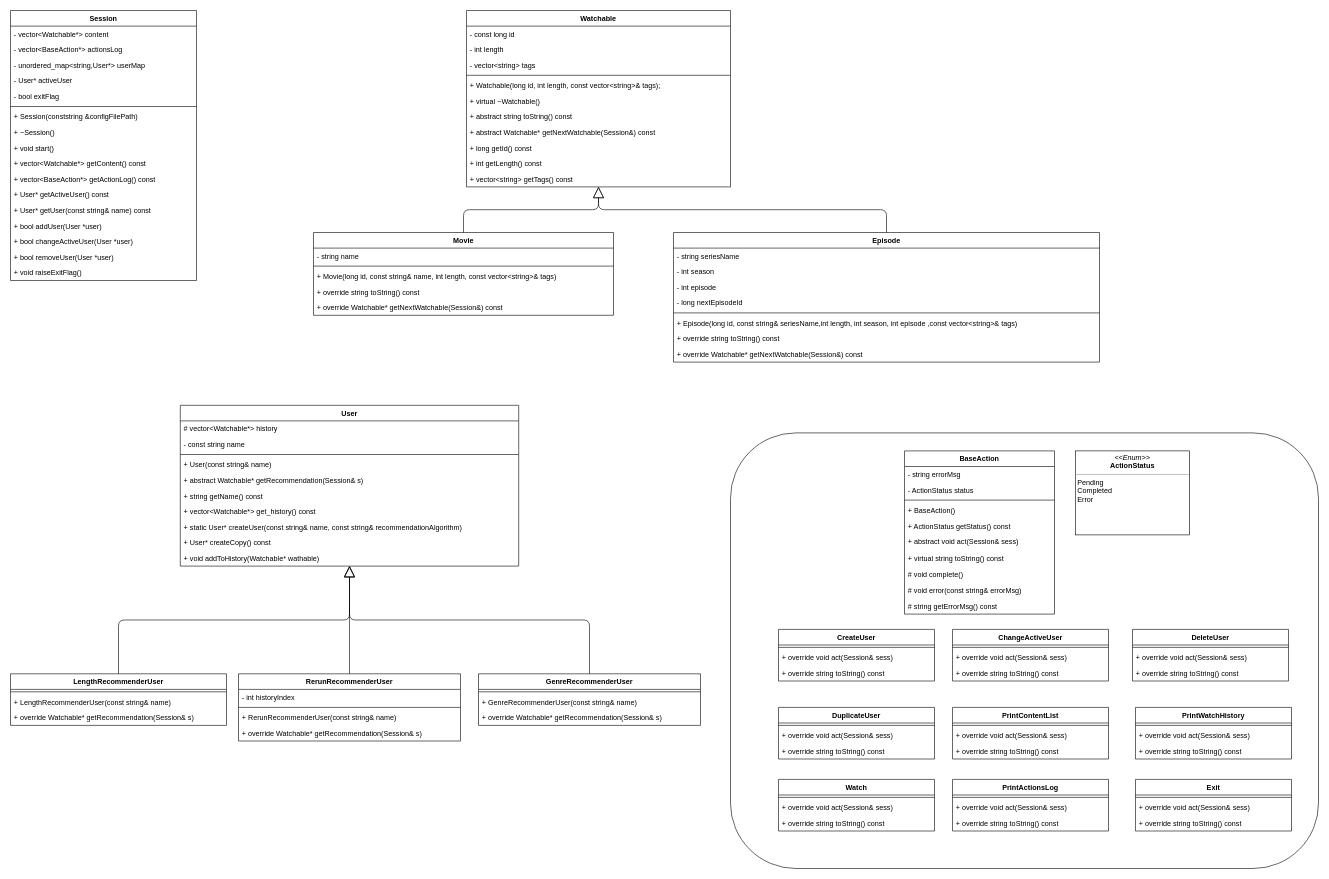
Above: uml.drawio in boaz23/SPL-Assignment1 (draw.io), before the change. Source tidied: cells renumbered, new cells numbered last; positions are measured from the earlier drawing's top-left corner, leaving out a move shared by most shapes. Both pictures are drawn from the tidied source at 60%, with x=0, y=0 at pixel (10, 10).
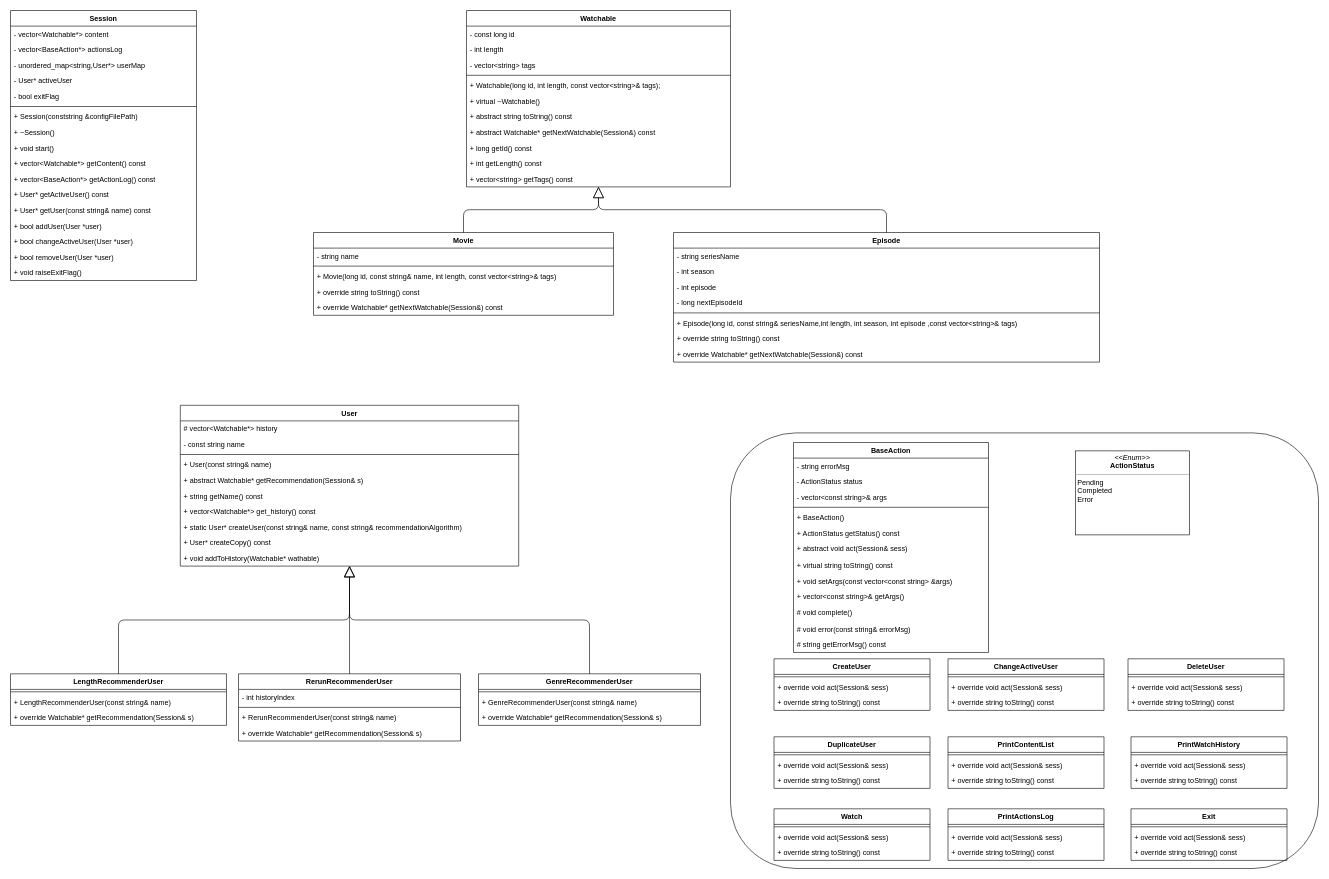
The same page after the edit.

Commit message (it also covers changes not shown here):
updated inteface of actions

What changed in the source:
```diff
@@
     <mxCell id="77" value="BaseAction" style="swimlane;fontStyle=1;align=center;verticalAlign=top;horizontal=1;startSize=26;" parent="1" vertex="1">
-      <mxGeometry x="1490" y="734" width="250" height="272" as="geometry" />
+      <mxGeometry x="1305" y="720" width="325" height="350" as="geometry" />
     </mxCell>
     <mxCell id="78" value="- string errorMsg" style="text;strokeColor=none;fillColor=none;align=left;verticalAlign=top;spacingLeft=4;spacingRight=4;overflow=hidden;" parent="77" vertex="1">
-      <mxGeometry y="26" width="250" height="26" as="geometry" />
+      <mxGeometry y="26" width="325" height="26" as="geometry" />
     </mxCell>
+    <mxCell id="125" value="- ActionStatus status" style="text;strokeColor=none;fillColor=none;align=left;verticalAlign=top;spacingLeft=4;spacingRight=4;overflow=hidden;" parent="77" vertex="1">
+      <mxGeometry y="52" width="325" height="26" as="geometry" />
+    </mxCell>
-    <mxCell id="79" value="- ActionStatus status" style="text;strokeColor=none;fillColor=none;align=left;verticalAlign=top;spacingLeft=4;spacingRight=4;overflow=hidden;" parent="77" vertex="1">
-      <mxGeometry y="52" width="250" height="26" as="geometry" />
+    <mxCell id="79" value="- vector&lt;const string&gt;&amp; args" style="text;strokeColor=none;fillColor=none;align=left;verticalAlign=top;spacingLeft=4;spacingRight=4;overflow=hidden;" parent="77" vertex="1">
+      <mxGeometry y="78" width="325" height="26" as="geometry" />
     </mxCell>
     <mxCell id="80" style="line;strokeWidth=1;fillColor=none;align=left;verticalAlign=middle;spacingTop=-1;spacingLeft=3;spacingRight=3;labelPosition=right;" parent="77" vertex="1">
-      <mxGeometry y="78" width="250" height="8" as="geometry" />
+      <mxGeometry y="104" width="325" height="8" as="geometry" />
     </mxCell>
     <mxCell id="81" value="+ BaseAction()" style="text;strokeColor=none;fillColor=none;align=left;verticalAlign=top;spacingLeft=4;spacingRight=4;overflow=hidden;" parent="77" vertex="1">
-      <mxGeometry y="86" width="250" height="26" as="geometry" />
+      <mxGeometry y="112" width="325" height="26" as="geometry" />
     </mxCell>
     <mxCell id="82" value="+ ActionStatus getStatus() const" style="text;strokeColor=none;fillColor=none;align=left;verticalAlign=top;spacingLeft=4;spacingRight=4;overflow=hidden;" parent="77" vertex="1">
-      <mxGeometry y="112" width="250" height="26" as="geometry" />
+      <mxGeometry y="138" width="325" height="26" as="geometry" />
     </mxCell>
     <mxCell id="83" value="+ abstract void act(Session&amp; sess)" style="text;strokeColor=none;fillColor=none;align=left;verticalAlign=top;spacingLeft=4;spacingRight=4;overflow=hidden;" parent="77" vertex="1">
-      <mxGeometry y="138" width="250" height="28" as="geometry" />
+      <mxGeometry y="164" width="325" height="28" as="geometry" />
     </mxCell>
     <mxCell id="84" value="+ virtual string toString() const" style="text;strokeColor=none;fillColor=none;align=left;verticalAlign=top;spacingLeft=4;spacingRight=4;overflow=hidden;" parent="77" vertex="1">
-      <mxGeometry y="166" width="250" height="26" as="geometry" />
+      <mxGeometry y="192" width="325" height="26" as="geometry" />
     </mxCell>
+    <mxCell id="126" value="+ void setArgs(const vector&lt;const string&gt; &amp;args)" style="text;strokeColor=none;fillColor=none;align=left;verticalAlign=top;spacingLeft=4;spacingRight=4;overflow=hidden;" parent="77" vertex="1">
+      <mxGeometry y="218" width="325" height="26" as="geometry" />
+    </mxCell>
+    <mxCell id="127" value="+ vector&lt;const string&gt;&amp; getArgs()" style="text;strokeColor=none;fillColor=none;align=left;verticalAlign=top;spacingLeft=4;spacingRight=4;overflow=hidden;" parent="77" vertex="1">
+      <mxGeometry y="244" width="325" height="26" as="geometry" />
+    </mxCell>
     <mxCell id="85" value="# void complete()" style="text;strokeColor=none;fillColor=none;align=left;verticalAlign=top;spacingLeft=4;spacingRight=4;overflow=hidden;" parent="77" vertex="1">
-      <mxGeometry y="192" width="250" height="28" as="geometry" />
+      <mxGeometry y="270" width="325" height="28" as="geometry" />
     </mxCell>
     <mxCell id="86" value="# void error(const string&amp; errorMsg)" style="text;strokeColor=none;fillColor=none;align=left;verticalAlign=top;spacingLeft=4;spacingRight=4;overflow=hidden;" parent="77" vertex="1">
-      <mxGeometry y="220" width="250" height="26" as="geometry" />
+      <mxGeometry y="298" width="325" height="26" as="geometry" />
     </mxCell>
     <mxCell id="87" value="# string getErrorMsg() const" style="text;strokeColor=none;fillColor=none;align=left;verticalAlign=top;spacingLeft=4;spacingRight=4;overflow=hidden;" parent="77" vertex="1">
-      <mxGeometry y="246" width="250" height="26" as="geometry" />
+      <mxGeometry y="324" width="325" height="26" as="geometry" />
     </mxCell>
     <mxCell id="88" value="CreateUser" style="swimlane;fontStyle=1;align=center;verticalAlign=top;horizontal=1;startSize=26;" parent="1" vertex="1">
-      <mxGeometry x="1280" y="1031.5" width="260" height="86" as="geometry" />
+      <mxGeometry x="1272.5" y="1080.5" width="260" height="86" as="geometry" />
     </mxCell>
@@
     <mxCell id="92" value="ChangeActiveUser" style="swimlane;fontStyle=1;align=center;verticalAlign=top;horizontal=1;startSize=26;" parent="1" vertex="1">
-      <mxGeometry x="1570" y="1031.5" width="260" height="86" as="geometry" />
+      <mxGeometry x="1562.5" y="1080.5" width="260" height="86" as="geometry" />
     </mxCell>
@@
     <mxCell id="96" value="DeleteUser" style="swimlane;fontStyle=1;align=center;verticalAlign=top;horizontal=1;startSize=26;" parent="1" vertex="1">
-      <mxGeometry x="1870" y="1031.5" width="260" height="86" as="geometry" />
+      <mxGeometry x="1862.5" y="1080.5" width="260" height="86" as="geometry" />
     </mxCell>
@@
     <mxCell id="100" value="DuplicateUser" style="swimlane;fontStyle=1;align=center;verticalAlign=top;horizontal=1;startSize=26;" parent="1" vertex="1">
-      <mxGeometry x="1280" y="1161.5" width="260" height="86" as="geometry" />
+      <mxGeometry x="1272.5" y="1210.5" width="260" height="86" as="geometry" />
     </mxCell>
@@
     <mxCell id="104" value="PrintContentList" style="swimlane;fontStyle=1;align=center;verticalAlign=top;horizontal=1;startSize=26;" parent="1" vertex="1">
-      <mxGeometry x="1570" y="1161.5" width="260" height="86" as="geometry" />
+      <mxGeometry x="1562.5" y="1210.5" width="260" height="86" as="geometry" />
     </mxCell>
@@
     <mxCell id="108" value="PrintWatchHistory" style="swimlane;fontStyle=1;align=center;verticalAlign=top;horizontal=1;startSize=26;" parent="1" vertex="1">
-      <mxGeometry x="1875" y="1161.5" width="260" height="86" as="geometry" />
+      <mxGeometry x="1867.5" y="1210.5" width="260" height="86" as="geometry" />
     </mxCell>
@@
     <mxCell id="112" value="Watch" style="swimlane;fontStyle=1;align=center;verticalAlign=top;horizontal=1;startSize=26;" parent="1" vertex="1">
-      <mxGeometry x="1280" y="1281.5" width="260" height="86" as="geometry" />
+      <mxGeometry x="1272.5" y="1330.5" width="260" height="86" as="geometry" />
     </mxCell>
@@
     <mxCell id="116" value="PrintActionsLog" style="swimlane;fontStyle=1;align=center;verticalAlign=top;horizontal=1;startSize=26;" parent="1" vertex="1">
-      <mxGeometry x="1570" y="1281.5" width="260" height="86" as="geometry" />
+      <mxGeometry x="1562.5" y="1330.5" width="260" height="86" as="geometry" />
     </mxCell>
@@
     <mxCell id="120" value="Exit" style="swimlane;fontStyle=1;align=center;verticalAlign=top;horizontal=1;startSize=26;" parent="1" vertex="1">
-      <mxGeometry x="1875" y="1281.5" width="260" height="86" as="geometry" />
+      <mxGeometry x="1867.5" y="1330.5" width="260" height="86" as="geometry" />
     </mxCell>
```
